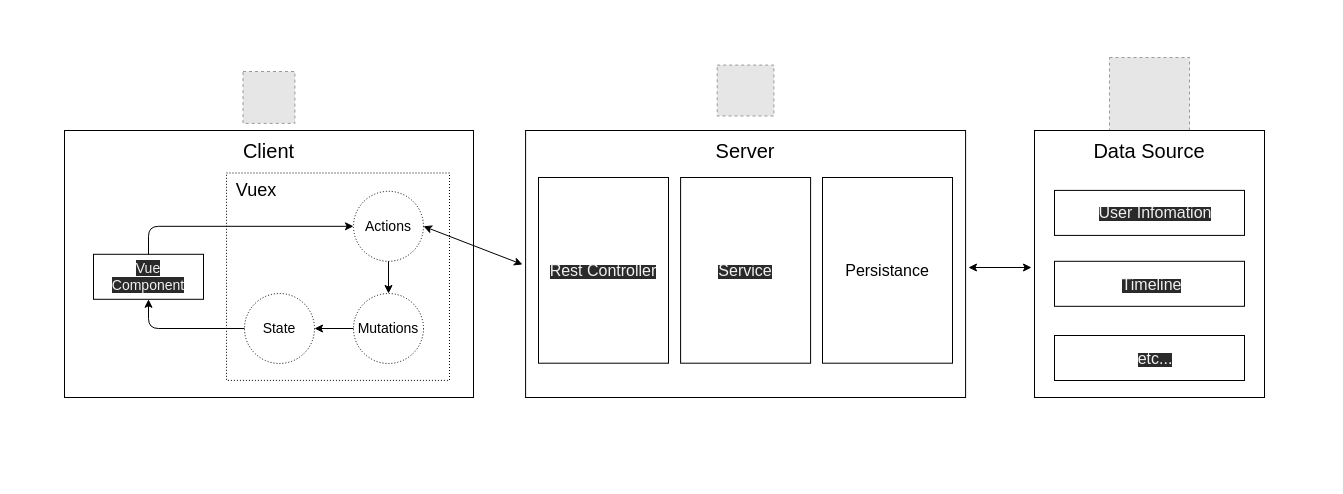
Before: architecture/architecture_diagram.dio in kooooichi24/Visutter, a draw.io diagram. Source tidied: cells renumbered, new cells numbered last; positions are measured from the earlier drawing's top-left corner, leaving out a move shared by most shapes. Both pictures are drawn from the tidied source at 100%, with x=0, y=0 at pixel (17, 17). Pictures stored in the file or linked from it are replaced by grey dashed boxes.
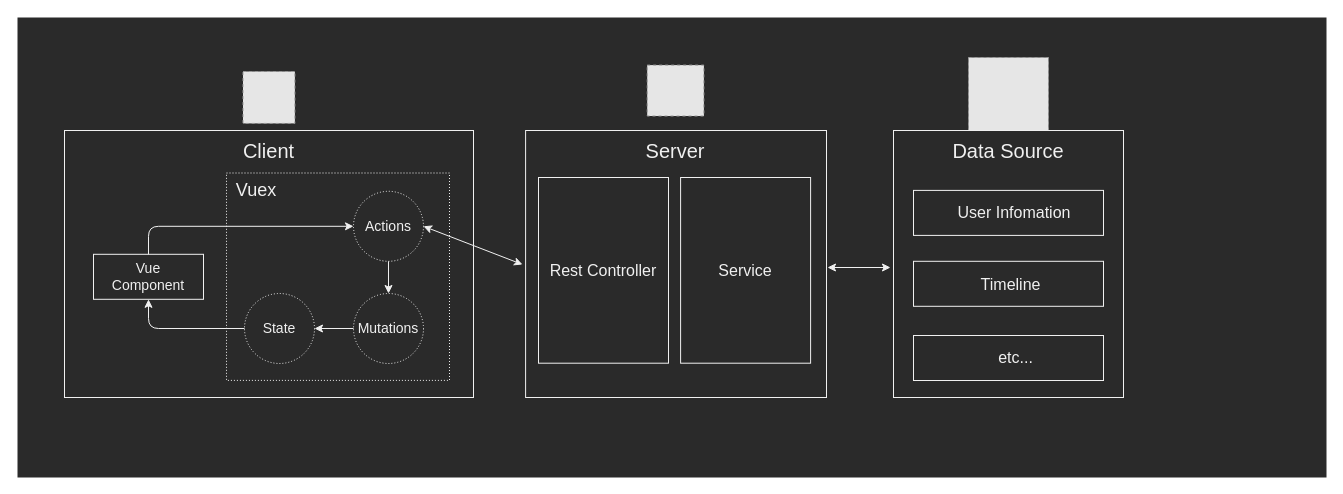
After the change.

Commit message (it also covers changes not shown here):
アーキテクチャ図を修正

Change to the diagram source:
```diff
@@
-    <mxCell id="2" style="rounded=0;whiteSpace=wrap;html=1;strokeColor=none;" parent="1" vertex="1">
+    <mxCell id="2" style="rounded=0;whiteSpace=wrap;html=1;strokeColor=none;fillColor=#2A2A2A;" parent="1" vertex="1">
       <mxGeometry width="1309" height="460" as="geometry" />
     </mxCell>
     <mxCell id="3" style="fillColor=#E6E6E6;strokeColor=#999999;dashed=1;verticalLabelPosition=bottom;labelBackgroundColor=#ffffff;verticalAlign=top;" parent="1" vertex="1">
-      <mxGeometry x="699.7" y="47.6" width="56.7" height="50.9" as="geometry" />
+      <mxGeometry x="629.7" y="47.6" width="56.7" height="50.9" as="geometry" />
     </mxCell>
     <mxCell id="4" style="fillColor=#E6E6E6;strokeColor=#999999;dashed=1;verticalLabelPosition=bottom;labelBackgroundColor=#ffffff;verticalAlign=top;" parent="1" vertex="1">
-      <mxGeometry x="1092" y="40" width="80" height="80" as="geometry" />
+      <mxGeometry x="951" y="40" width="80" height="80" as="geometry" />
     </mxCell>
-    <mxCell id="5" style="rounded=0;whiteSpace=wrap;html=1;" parent="1" vertex="1">
+    <mxCell id="5" style="rounded=0;whiteSpace=wrap;html=1;fillColor=#2A2A2A;strokeColor=#F0F0F0;" parent="1" vertex="1">
       <mxGeometry x="47" y="113" width="409" height="267" as="geometry" />
     </mxCell>
-    <mxCell id="6" value="&lt;font style=&quot;font-size: 20px&quot;&gt;Client&lt;/font&gt;" style="text;html=1;strokeColor=none;fillColor=none;align=center;verticalAlign=middle;whiteSpace=wrap;rounded=0;dashed=1;" parent="1" vertex="1">
+    <mxCell id="6" value="&lt;font style=&quot;font-size: 20px&quot;&gt;Client&lt;/font&gt;" style="text;html=1;strokeColor=none;fillColor=none;align=center;verticalAlign=middle;whiteSpace=wrap;rounded=0;dashed=1;fontColor=#F0F0F0;" parent="1" vertex="1">
       <mxGeometry x="202" y="119.5" width="98.9" height="27" as="geometry" />
     </mxCell>
@@
-    <mxCell id="8" style="rounded=0;whiteSpace=wrap;html=1;" parent="1" vertex="1">
-      <mxGeometry x="508.1" y="113" width="440" height="267" as="geometry" />
+    <mxCell id="8" style="rounded=0;whiteSpace=wrap;html=1;fillColor=#2A2A2A;strokeColor=#F0F0F0;" parent="1" vertex="1">
+      <mxGeometry x="508.1" y="113" width="300.9" height="267" as="geometry" />
     </mxCell>
-    <mxCell id="9" value="&lt;font style=&quot;font-size: 20px&quot;&gt;Server&lt;/font&gt;" style="text;html=1;strokeColor=none;fillColor=none;align=center;verticalAlign=middle;whiteSpace=wrap;rounded=0;dashed=1;" parent="1" vertex="1">
-      <mxGeometry x="678.1" y="119.5" width="100" height="27" as="geometry" />
+    <mxCell id="9" value="&lt;font style=&quot;font-size: 20px&quot;&gt;Server&lt;/font&gt;" style="text;html=1;strokeColor=none;fillColor=none;align=center;verticalAlign=middle;whiteSpace=wrap;rounded=0;dashed=1;fontColor=#F0F0F0;" parent="1" vertex="1">
+      <mxGeometry x="608.1" y="119.5" width="100" height="27" as="geometry" />
     </mxCell>
-    <mxCell id="10" style="rounded=0;whiteSpace=wrap;html=1;" parent="1" vertex="1">
-      <mxGeometry x="1017" y="113" width="230" height="267" as="geometry" />
+    <mxCell id="10" style="rounded=0;whiteSpace=wrap;html=1;strokeColor=#F0F0F0;fillColor=#2A2A2A;" parent="1" vertex="1">
+      <mxGeometry x="876" y="113" width="230" height="267" as="geometry" />
     </mxCell>
-    <mxCell id="11" value="&lt;font style=&quot;font-size: 20px&quot;&gt;Data Source&lt;/font&gt;" style="text;html=1;strokeColor=none;fillColor=none;align=center;verticalAlign=middle;whiteSpace=wrap;rounded=0;dashed=1;" parent="1" vertex="1">
-      <mxGeometry x="1067" y="119.5" width="130" height="27" as="geometry" />
+    <mxCell id="11" value="&lt;font style=&quot;font-size: 20px&quot;&gt;Data Source&lt;/font&gt;" style="text;html=1;strokeColor=none;fillColor=none;align=center;verticalAlign=middle;whiteSpace=wrap;rounded=0;dashed=1;fontColor=#F0F0F0;" parent="1" vertex="1">
+      <mxGeometry x="926" y="119.5" width="130" height="27" as="geometry" />
     </mxCell>
-    <mxCell id="12" style="rounded=0;whiteSpace=wrap;html=1;" parent="1" vertex="1">
+    <mxCell id="12" style="rounded=0;whiteSpace=wrap;html=1;fillColor=#2A2A2A;strokeColor=#F0F0F0;" parent="1" vertex="1">
       <mxGeometry x="663.1" y="160" width="130" height="185.7" as="geometry" />
     </mxCell>
-    <mxCell id="13" style="rounded=0;whiteSpace=wrap;html=1;" parent="1" vertex="1">
+    <mxCell id="13" style="rounded=0;whiteSpace=wrap;html=1;strokeColor=#F0F0F0;fillColor=#2A2A2A;" parent="1" vertex="1">
       <mxGeometry x="521" y="160" width="130" height="185.7" as="geometry" />
     </mxCell>
-    <mxCell id="14" style="rounded=0;whiteSpace=wrap;html=1;" parent="1" vertex="1">
-      <mxGeometry x="805" y="160" width="130" height="185.7" as="geometry" />
-    </mxCell>
-    <mxCell id="15" value="&lt;span style=&quot;color: rgb(240 , 240 , 240) ; font-family: &amp;#34;helvetica&amp;#34; ; font-style: normal ; font-weight: 400 ; letter-spacing: normal ; text-align: center ; text-indent: 0px ; text-transform: none ; word-spacing: 0px ; background-color: rgb(42 , 42 , 42) ; float: none ; display: inline&quot;&gt;&lt;font style=&quot;font-size: 16px&quot;&gt;Rest Controller&lt;/font&gt;&lt;/span&gt;" style="text;html=1;strokeColor=none;fillColor=none;align=center;verticalAlign=middle;whiteSpace=wrap;rounded=0;" parent="1" vertex="1">
+    <mxCell id="15" value="&lt;span style=&quot;font-family: helvetica; font-style: normal; font-weight: 400; letter-spacing: normal; text-align: center; text-indent: 0px; text-transform: none; word-spacing: 0px; background-color: rgb(42, 42, 42); float: none; display: inline;&quot;&gt;&lt;font style=&quot;font-size: 16px&quot;&gt;Rest Controller&lt;/font&gt;&lt;/span&gt;" style="text;html=1;strokeColor=none;fillColor=none;align=center;verticalAlign=middle;whiteSpace=wrap;rounded=0;fontColor=#F0F0F0;" parent="1" vertex="1">
       <mxGeometry x="526" y="242.8" width="120" height="20" as="geometry" />
     </mxCell>
-    <mxCell id="16" value="&lt;span style=&quot;color: rgb(240 , 240 , 240) ; font-family: &amp;#34;helvetica&amp;#34; ; font-style: normal ; font-weight: 400 ; letter-spacing: normal ; text-align: center ; text-indent: 0px ; text-transform: none ; word-spacing: 0px ; background-color: rgb(42 , 42 , 42) ; float: none ; display: inline&quot;&gt;&lt;font style=&quot;font-size: 16px&quot;&gt;Service&lt;/font&gt;&lt;/span&gt;" style="text;html=1;strokeColor=none;fillColor=none;align=center;verticalAlign=middle;whiteSpace=wrap;rounded=0;" parent="1" vertex="1">
+    <mxCell id="16" value="&lt;span style=&quot;font-family: helvetica; font-style: normal; font-weight: 400; letter-spacing: normal; text-align: center; text-indent: 0px; text-transform: none; word-spacing: 0px; background-color: rgb(42, 42, 42); float: none; display: inline;&quot;&gt;&lt;font style=&quot;font-size: 16px&quot;&gt;Service&lt;/font&gt;&lt;/span&gt;" style="text;html=1;strokeColor=none;fillColor=none;align=center;verticalAlign=middle;whiteSpace=wrap;rounded=0;fontColor=#F0F0F0;" parent="1" vertex="1">
       <mxGeometry x="668.1" y="242.8" width="120" height="20" as="geometry" />
     </mxCell>
-    <mxCell id="17" value="&lt;font face=&quot;helvetica&quot;&gt;&lt;span style=&quot;font-size: 16px&quot;&gt;Persistance&lt;/span&gt;&lt;/font&gt;" style="text;html=1;strokeColor=none;fillColor=none;align=center;verticalAlign=middle;whiteSpace=wrap;rounded=0;" parent="1" vertex="1">
-      <mxGeometry x="810" y="242.8" width="120" height="20" as="geometry" />
-    </mxCell>
-    <mxCell id="18" style="rounded=0;whiteSpace=wrap;html=1;" parent="1" vertex="1">
-      <mxGeometry x="1037" y="243.8" width="190" height="45" as="geometry" />
+    <mxCell id="18" style="rounded=0;whiteSpace=wrap;html=1;strokeColor=#F0F0F0;fillColor=#2A2A2A;" parent="1" vertex="1">
+      <mxGeometry x="896" y="243.8" width="190" height="45" as="geometry" />
     </mxCell>
-    <mxCell id="19" style="rounded=0;whiteSpace=wrap;html=1;" parent="1" vertex="1">
-      <mxGeometry x="1037" y="318" width="190" height="45" as="geometry" />
+    <mxCell id="19" style="rounded=0;whiteSpace=wrap;html=1;fillColor=#2A2A2A;strokeColor=#F0F0F0;" parent="1" vertex="1">
+      <mxGeometry x="896" y="318" width="190" height="45" as="geometry" />
     </mxCell>
-    <mxCell id="20" style="rounded=0;whiteSpace=wrap;html=1;" parent="1" vertex="1">
-      <mxGeometry x="1037" y="172.9" width="190" height="45" as="geometry" />
+    <mxCell id="20" style="rounded=0;whiteSpace=wrap;html=1;fillColor=#2A2A2A;strokeColor=#F0F0F0;" parent="1" vertex="1">
+      <mxGeometry x="896" y="172.9" width="190" height="45" as="geometry" />
     </mxCell>
     <mxCell id="21" value="&lt;span style=&quot;color: rgb(240 , 240 , 240) ; font-family: &amp;#34;helvetica&amp;#34; ; font-style: normal ; font-weight: 400 ; letter-spacing: normal ; text-align: center ; text-indent: 0px ; text-transform: none ; word-spacing: 0px ; background-color: rgb(42 , 42 , 42) ; float: none ; display: inline&quot;&gt;&lt;font style=&quot;font-size: 16px&quot;&gt;User Infomation&lt;/font&gt;&lt;/span&gt;" style="text;html=1;strokeColor=none;fillColor=none;align=center;verticalAlign=middle;whiteSpace=wrap;rounded=0;" parent="1" vertex="1">
-      <mxGeometry x="1078" y="185.4" width="120" height="20" as="geometry" />
+      <mxGeometry x="937" y="185.4" width="120" height="20" as="geometry" />
     </mxCell>
-    <mxCell id="22" value="&lt;span style=&quot;color: rgb(240 , 240 , 240) ; font-family: &amp;#34;helvetica&amp;#34; ; font-style: normal ; font-weight: 400 ; letter-spacing: normal ; text-align: center ; text-indent: 0px ; text-transform: none ; word-spacing: 0px ; background-color: rgb(42 , 42 , 42) ; float: none ; display: inline&quot;&gt;&lt;font style=&quot;font-size: 16px&quot;&gt;Timeline&lt;/font&gt;&lt;/span&gt;" style="text;html=1;strokeColor=none;fillColor=none;align=center;verticalAlign=middle;whiteSpace=wrap;rounded=0;" parent="1" vertex="1">
-      <mxGeometry x="1072" y="256.3" width="125" height="20.8" as="geometry" />
+    <mxCell id="22" value="&lt;span style=&quot;font-family: helvetica; font-style: normal; font-weight: 400; letter-spacing: normal; text-align: center; text-indent: 0px; text-transform: none; word-spacing: 0px; background-color: rgb(42, 42, 42); float: none; display: inline;&quot;&gt;&lt;font style=&quot;font-size: 16px&quot;&gt;Timeline&lt;/font&gt;&lt;/span&gt;" style="text;html=1;strokeColor=none;fillColor=none;align=center;verticalAlign=middle;whiteSpace=wrap;rounded=0;fontColor=#F0F0F0;" parent="1" vertex="1">
+      <mxGeometry x="931" y="256.3" width="125" height="20.8" as="geometry" />
     </mxCell>
-    <mxCell id="23" value="&lt;span style=&quot;color: rgb(240 , 240 , 240) ; font-family: &amp;#34;helvetica&amp;#34; ; font-style: normal ; font-weight: 400 ; letter-spacing: normal ; text-align: center ; text-indent: 0px ; text-transform: none ; word-spacing: 0px ; background-color: rgb(42 , 42 , 42) ; float: none ; display: inline&quot;&gt;&lt;font style=&quot;font-size: 16px&quot;&gt;etc...&lt;/font&gt;&lt;/span&gt;" style="text;html=1;strokeColor=none;fillColor=none;align=center;verticalAlign=middle;whiteSpace=wrap;rounded=0;" parent="1" vertex="1">
-      <mxGeometry x="1078" y="330.5" width="120" height="20" as="geometry" />
+    <mxCell id="23" value="&lt;span style=&quot;font-family: helvetica; font-style: normal; font-weight: 400; letter-spacing: normal; text-align: center; text-indent: 0px; text-transform: none; word-spacing: 0px; background-color: rgb(42, 42, 42); float: none; display: inline;&quot;&gt;&lt;font style=&quot;font-size: 16px&quot;&gt;etc...&lt;/font&gt;&lt;/span&gt;" style="text;html=1;strokeColor=none;fillColor=none;align=center;verticalAlign=middle;whiteSpace=wrap;rounded=0;fontColor=#F0F0F0;" parent="1" vertex="1">
+      <mxGeometry x="937" y="330" width="123" height="20.5" as="geometry" />
     </mxCell>
-    <mxCell id="24" style="rounded=0;whiteSpace=wrap;html=1;" parent="1" vertex="1">
+    <mxCell id="24" style="rounded=0;whiteSpace=wrap;html=1;strokeColor=#F0F0F0;fillColor=#2A2A2A;" parent="1" vertex="1">
       <mxGeometry x="76" y="236.8" width="110" height="45" as="geometry" />
     </mxCell>
-    <mxCell id="25" value="&lt;span style=&quot;color: rgb(240 , 240 , 240) ; font-family: &amp;#34;helvetica&amp;#34; ; font-style: normal ; font-weight: 400 ; letter-spacing: normal ; text-align: center ; text-indent: 0px ; text-transform: none ; word-spacing: 0px ; background-color: rgb(42 , 42 , 42) ; float: none ; display: inline ; font-size: 14px&quot;&gt;&lt;font style=&quot;font-size: 14px&quot;&gt;Vue&lt;br&gt;Component&lt;/font&gt;&lt;/span&gt;" style="text;html=1;strokeColor=none;fillColor=none;align=center;verticalAlign=middle;whiteSpace=wrap;rounded=0;" parent="1" vertex="1">
+    <mxCell id="25" value="&lt;span style=&quot;font-family: helvetica; font-style: normal; font-weight: 400; letter-spacing: normal; text-align: center; text-indent: 0px; text-transform: none; word-spacing: 0px; background-color: rgb(42, 42, 42); float: none; display: inline; font-size: 14px;&quot;&gt;&lt;font style=&quot;font-size: 14px&quot;&gt;Vue&lt;br&gt;Component&lt;/font&gt;&lt;/span&gt;" style="text;html=1;strokeColor=none;fillColor=none;align=center;verticalAlign=middle;whiteSpace=wrap;rounded=0;fontColor=#F0F0F0;" parent="1" vertex="1">
       <mxGeometry x="76" y="249.3" width="110" height="20" as="geometry" />
     </mxCell>
@@
-    <mxCell id="27" style="rounded=0;whiteSpace=wrap;html=1;dashed=1;dashPattern=1 2;" parent="1" vertex="1">
+    <mxCell id="27" style="rounded=0;whiteSpace=wrap;html=1;dashed=1;dashPattern=1 2;fillColor=#2A2A2A;strokeColor=#F0F0F0;" parent="1" vertex="1">
       <mxGeometry x="209" y="155.5" width="223" height="207.4" as="geometry" />
     </mxCell>
-    <mxCell id="28" value="&lt;font style=&quot;font-size: 18px&quot;&gt;Vuex&lt;/font&gt;" style="text;html=1;strokeColor=none;fillColor=none;align=center;verticalAlign=middle;whiteSpace=wrap;rounded=0;dashed=1;" parent="1" vertex="1">
+    <mxCell id="28" value="&lt;font style=&quot;font-size: 18px&quot;&gt;Vuex&lt;/font&gt;" style="text;html=1;strokeColor=none;fillColor=none;align=center;verticalAlign=middle;whiteSpace=wrap;rounded=0;dashed=1;fontColor=#F0F0F0;" parent="1" vertex="1">
       <mxGeometry x="209" y="155.5" width="60" height="34.5" as="geometry" />
     </mxCell>
-    <mxCell id="29" style="ellipse;whiteSpace=wrap;html=1;rounded=0;dashed=1;dashPattern=1 2;" parent="1" vertex="1">
+    <mxCell id="29" style="ellipse;whiteSpace=wrap;html=1;rounded=0;dashed=1;dashPattern=1 2;fillColor=#2A2A2A;strokeColor=#F0F0F0;" parent="1" vertex="1">
       <mxGeometry x="336" y="173.8" width="70" height="70" as="geometry" />
     </mxCell>
-    <mxCell id="30" value="&lt;font face=&quot;helvetica&quot; style=&quot;font-size: 14px&quot;&gt;Actions&lt;/font&gt;" style="text;html=1;strokeColor=none;fillColor=none;align=center;verticalAlign=middle;whiteSpace=wrap;rounded=0;" parent="1" vertex="1">
+    <mxCell id="30" value="&lt;font face=&quot;helvetica&quot; style=&quot;font-size: 14px&quot;&gt;Actions&lt;/font&gt;" style="text;html=1;strokeColor=none;fillColor=none;align=center;verticalAlign=middle;whiteSpace=wrap;rounded=0;fontColor=#F0F0F0;" parent="1" vertex="1">
       <mxGeometry x="342" y="198.8" width="57.9" height="20" as="geometry" />
     </mxCell>
-    <mxCell id="31" style="ellipse;whiteSpace=wrap;html=1;rounded=0;dashed=1;dashPattern=1 2;" parent="1" vertex="1">
+    <mxCell id="31" style="ellipse;whiteSpace=wrap;html=1;rounded=0;dashed=1;dashPattern=1 2;strokeColor=#F0F0F0;fillColor=#2A2A2A;" parent="1" vertex="1">
       <mxGeometry x="336" y="276" width="70" height="70" as="geometry" />
     </mxCell>
-    <mxCell id="32" value="&lt;font face=&quot;helvetica&quot; style=&quot;font-size: 14px&quot;&gt;Mutations&lt;br&gt;&lt;/font&gt;" style="text;html=1;strokeColor=none;fillColor=none;align=center;verticalAlign=middle;whiteSpace=wrap;rounded=0;" parent="1" vertex="1">
+    <mxCell id="32" value="&lt;font face=&quot;helvetica&quot; style=&quot;font-size: 14px&quot;&gt;Mutations&lt;br&gt;&lt;/font&gt;" style="text;html=1;strokeColor=none;fillColor=none;align=center;verticalAlign=middle;whiteSpace=wrap;rounded=0;fontColor=#F0F0F0;" parent="1" vertex="1">
       <mxGeometry x="342" y="301" width="57.9" height="20" as="geometry" />
     </mxCell>
-    <mxCell id="33" style="ellipse;whiteSpace=wrap;html=1;rounded=0;dashed=1;dashPattern=1 2;" parent="1" vertex="1">
+    <mxCell id="33" style="ellipse;whiteSpace=wrap;html=1;rounded=0;dashed=1;dashPattern=1 2;strokeColor=#F0F0F0;fillColor=#2A2A2A;" parent="1" vertex="1">
       <mxGeometry x="227" y="276" width="70" height="70" as="geometry" />
     </mxCell>
-    <mxCell id="34" value="&lt;font face=&quot;helvetica&quot; style=&quot;font-size: 14px&quot;&gt;State&lt;/font&gt;" style="text;html=1;strokeColor=none;fillColor=none;align=center;verticalAlign=middle;whiteSpace=wrap;rounded=0;" parent="1" vertex="1">
+    <mxCell id="34" value="&lt;font face=&quot;helvetica&quot; style=&quot;font-size: 14px&quot;&gt;State&lt;/font&gt;" style="text;html=1;strokeColor=none;fillColor=none;align=center;verticalAlign=middle;whiteSpace=wrap;rounded=0;fontColor=#F0F0F0;" parent="1" vertex="1">
       <mxGeometry x="233.1" y="301" width="57.9" height="20" as="geometry" />
     </mxCell>
-    <mxCell id="35" style="endArrow=classic;html=1;exitX=0;exitY=0.5;exitDx=0;exitDy=0;entryX=1;entryY=0.5;entryDx=0;entryDy=0;" parent="1" edge="1" source="31" target="33">
+    <mxCell id="35" style="endArrow=classic;html=1;exitX=0;exitY=0.5;exitDx=0;exitDy=0;entryX=1;entryY=0.5;entryDx=0;entryDy=0;strokeColor=#F0F0F0;" parent="1" edge="1" source="31" target="33">
       <mxGeometry relative="1" as="geometry" />
     </mxCell>
-    <mxCell id="36" style="endArrow=classic;startArrow=classic;html=1;exitX=1;exitY=0.5;exitDx=0;exitDy=0;" parent="1" edge="1" source="29">
+    <mxCell id="36" style="endArrow=classic;startArrow=classic;html=1;exitX=1;exitY=0.5;exitDx=0;exitDy=0;strokeColor=#F0F0F0;" parent="1" edge="1" source="29">
       <mxGeometry relative="1" as="geometry">
         <mxPoint x="505" y="247" as="targetPoint" />
       </mxGeometry>
     </mxCell>
-    <mxCell id="37" style="endArrow=classic;startArrow=classic;html=1;" parent="1" edge="1">
+    <mxCell id="37" style="endArrow=classic;startArrow=classic;html=1;fontColor=#F0F0F0;strokeColor=#F0F0F0;" parent="1" edge="1">
       <mxGeometry relative="1" as="geometry">
-        <mxPoint x="951" y="250" as="sourcePoint" />
-        <mxPoint x="1014" y="250" as="targetPoint" />
+        <mxPoint x="810" y="250" as="sourcePoint" />
+        <mxPoint x="873" y="250" as="targetPoint" />
       </mxGeometry>
     </mxCell>
-    <mxCell id="38" style="endArrow=classic;html=1;jumpStyle=none;edgeStyle=orthogonalEdgeStyle;entryX=0.5;entryY=1;entryDx=0;entryDy=0;exitX=0;exitY=0.5;exitDx=0;exitDy=0;" parent="1" edge="1" source="33" target="24">
+    <mxCell id="38" style="endArrow=classic;html=1;jumpStyle=none;edgeStyle=orthogonalEdgeStyle;entryX=0.5;entryY=1;entryDx=0;entryDy=0;exitX=0;exitY=0.5;exitDx=0;exitDy=0;strokeColor=#F0F0F0;" parent="1" edge="1" source="33" target="24">
       <mxGeometry relative="1" as="geometry" />
     </mxCell>
-    <mxCell id="39" style="edgeStyle=segmentEdgeStyle;endArrow=none;html=1;endFill=0;entryX=0.5;entryY=0;entryDx=0;entryDy=0;startArrow=classic;startFill=1;exitX=0;exitY=0.5;exitDx=0;exitDy=0;" parent="1" edge="1" source="29" target="24">
+    <mxCell id="39" style="edgeStyle=segmentEdgeStyle;endArrow=none;html=1;endFill=0;entryX=0.5;entryY=0;entryDx=0;entryDy=0;startArrow=classic;startFill=1;exitX=0;exitY=0.5;exitDx=0;exitDy=0;strokeColor=#F0F0F0;" parent="1" edge="1" source="29" target="24">
       <mxGeometry relative="1" as="geometry" />
     </mxCell>
-    <mxCell id="40" style="endArrow=classic;html=1;exitX=0.5;exitY=1;exitDx=0;exitDy=0;entryX=0.5;entryY=0;entryDx=0;entryDy=0;" parent="1" edge="1" source="29" target="31">
+    <mxCell id="40" style="endArrow=classic;html=1;exitX=0.5;exitY=1;exitDx=0;exitDy=0;entryX=0.5;entryY=0;entryDx=0;entryDy=0;strokeColor=#F0F0F0;" parent="1" edge="1" source="29" target="31">
       <mxGeometry relative="1" as="geometry" />
     </mxCell>
```
